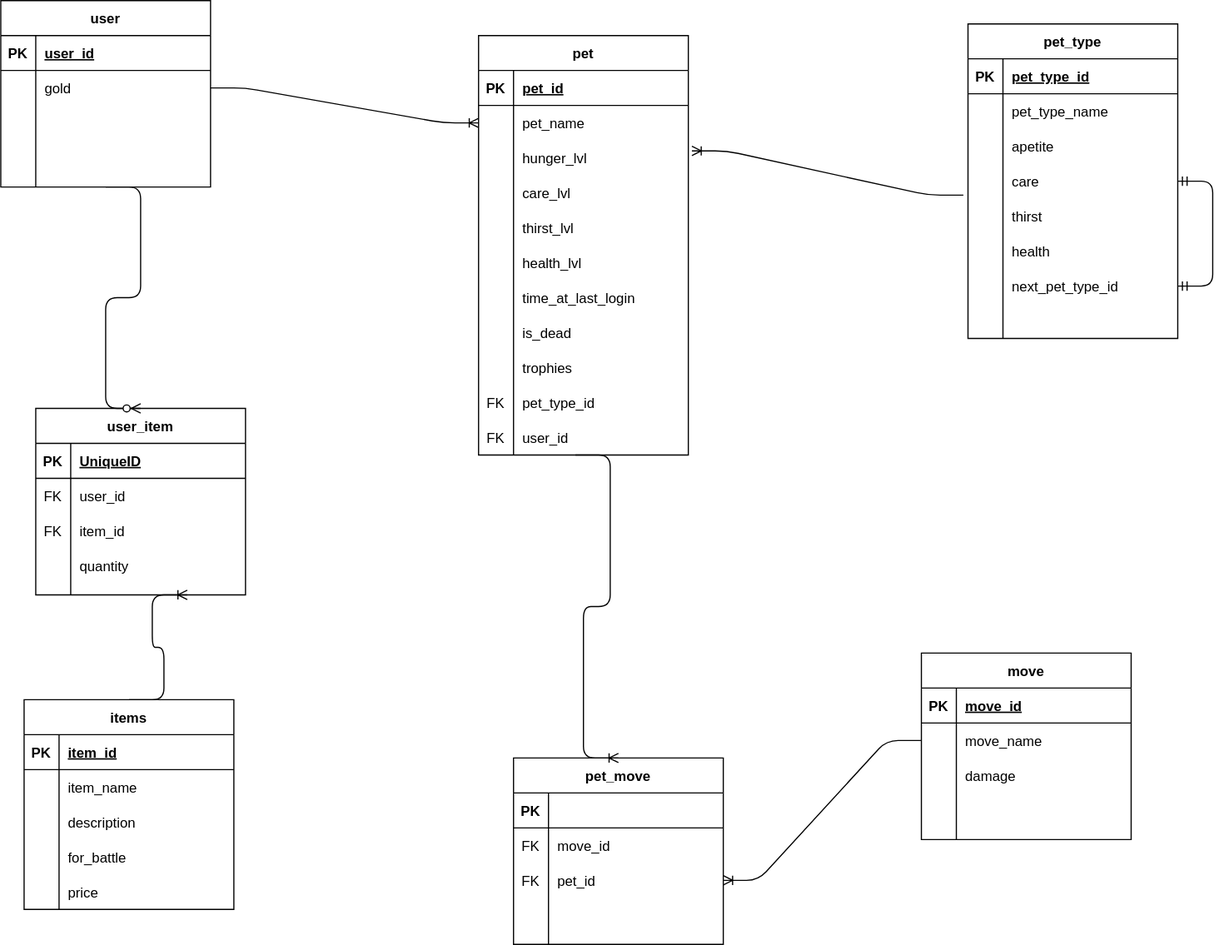
The draw.io diagram plan/schema-planning.svg in chinnep/DigiPets, before a commit. Source tidied: cells renumbered, new cells last; positions are measured from the earlier drawing's top-left corner, leaving out a move shared by most shapes.
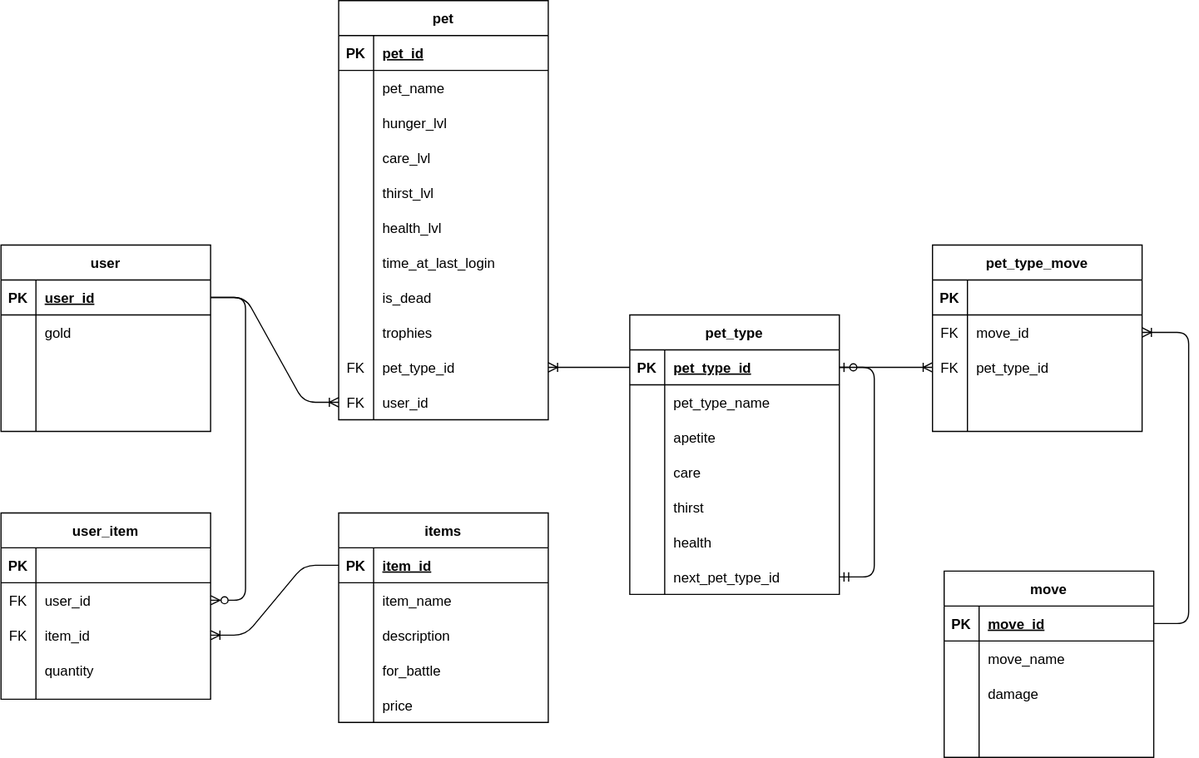
After the change.

The edit, as a diff of the source:
```diff
@@ -3,7 +3,7 @@
     <mxCell id="0" />
     <mxCell id="1" parent="0" />
     <mxCell id="2" value="pet" style="shape=table;startSize=30;rowLines=0;fontStyle=1;align=center;" parent="1" vertex="1">
-      <mxGeometry x="410" y="30" width="180" height="360" as="geometry" />
+      <mxGeometry x="-20" y="-30" width="180" height="360" as="geometry" />
     </mxCell>
     <mxCell id="3" style="shape=partialRectangle;fillColor=none;top=0;left=0;bottom=1;right=0;" parent="2" vertex="1">
       <mxGeometry y="30" width="180" height="30" as="geometry" />
@@ -105,7 +105,7 @@
       <mxGeometry x="30" width="150" height="30" as="geometry" />
     </mxCell>
     <mxCell id="36" value="user_item" style="shape=table;startSize=30;rowLines=0;fontStyle=1;align=center;" parent="1" vertex="1">
-      <mxGeometry x="30" y="350" width="180" height="160" as="geometry" />
+      <mxGeometry x="-310" y="410" width="180" height="160" as="geometry" />
     </mxCell>
     <mxCell id="37" style="shape=partialRectangle;fillColor=none;top=0;left=0;bottom=1;right=0;" parent="36" vertex="1">
       <mxGeometry y="30" width="180" height="30" as="geometry" />
@@ -113,7 +113,7 @@
     <mxCell id="38" value="PK" style="shape=partialRectangle;fillColor=none;top=0;left=0;bottom=0;right=0;fontStyle=1;overflow=hidden;" parent="37" vertex="1">
       <mxGeometry width="30" height="30" as="geometry" />
     </mxCell>
-    <mxCell id="39" value="UniqueID" style="shape=partialRectangle;fillColor=none;top=0;left=0;bottom=0;right=0;align=left;spacingLeft=6;fontStyle=5;overflow=hidden;" parent="37" vertex="1">
+    <mxCell id="39" style="shape=partialRectangle;fillColor=none;top=0;left=0;bottom=0;right=0;align=left;spacingLeft=6;fontStyle=5;overflow=hidden;" parent="37" vertex="1">
       <mxGeometry x="30" width="150" height="30" as="geometry" />
     </mxCell>
     <mxCell id="40" style="shape=partialRectangle;fillColor=none;top=0;left=0;bottom=0;right=0;points=[[0,0.5],[1,0.5]];portConstraint=eastwest;" parent="36" vertex="1">
@@ -144,7 +144,7 @@
       <mxGeometry x="30" width="150" height="30" as="geometry" />
     </mxCell>
     <mxCell id="49" value="items" style="shape=table;startSize=30;rowLines=0;fontStyle=1;align=center;" parent="1" vertex="1">
-      <mxGeometry x="20" y="600" width="180" height="180" as="geometry" />
+      <mxGeometry x="-20" y="410" width="180" height="180" as="geometry" />
     </mxCell>
     <mxCell id="50" style="shape=partialRectangle;fillColor=none;top=0;left=0;bottom=1;right=0;points=[[0,0.5],[1,0.5]];portConstraint=eastwest;" parent="49" vertex="1">
       <mxGeometry y="30" width="180" height="30" as="geometry" />
@@ -191,16 +191,14 @@
     <mxCell id="64" value="price" style="shape=partialRectangle;fillColor=none;top=0;left=0;bottom=0;right=0;align=left;spacingLeft=6;overflow=hidden;" parent="62" vertex="1">
       <mxGeometry x="30" width="150" height="30" as="geometry" />
     </mxCell>
-    <mxCell id="65" style="edgeStyle=entityRelationEdgeStyle;fontSize=12;html=1;endArrow=ERzeroToMany;endFill=1;entryX=0.5;entryY=0;entryDx=0;entryDy=0;exitX=0.5;exitY=1;exitDx=0;exitDy=0;" parent="1" edge="1" source="123" target="36">
+    <mxCell id="65" style="edgeStyle=entityRelationEdgeStyle;fontSize=12;html=1;endArrow=ERzeroToMany;endFill=1;" parent="1" edge="1" source="124" target="40">
       <mxGeometry relative="1" as="geometry" />
     </mxCell>
-    <mxCell id="66" style="edgeStyle=entityRelationEdgeStyle;fontSize=12;html=1;endArrow=ERoneToMany;exitX=0.5;exitY=0;exitDx=0;exitDy=0;" parent="1" edge="1" source="49">
-      <mxGeometry relative="1" as="geometry">
-        <mxPoint x="160" y="510" as="targetPoint" />
-      </mxGeometry>
+    <mxCell id="66" style="edgeStyle=entityRelationEdgeStyle;fontSize=12;html=1;endArrow=ERoneToMany;" parent="1" edge="1" source="50" target="43">
+      <mxGeometry relative="1" as="geometry" />
     </mxCell>
     <mxCell id="67" value="pet_type" style="shape=table;startSize=30;rowLines=0;fontStyle=1;align=center;" parent="1" vertex="1">
-      <mxGeometry x="830" y="20" width="180" height="270" as="geometry" />
+      <mxGeometry x="230" y="240" width="180" height="240" as="geometry" />
     </mxCell>
     <mxCell id="68" style="shape=partialRectangle;fillColor=none;top=0;left=0;bottom=1;right=0;points=[[0,0.5],[1,0.5]];portConstraint=eastwest;" parent="67" vertex="1">
       <mxGeometry y="30" width="180" height="30" as="geometry" />
@@ -265,20 +263,11 @@
     <mxCell id="88" value="next_pet_type_id" style="shape=partialRectangle;fillColor=none;top=0;left=0;bottom=0;right=0;align=left;spacingLeft=6;overflow=hidden;" parent="86" vertex="1">
       <mxGeometry x="30" width="150" height="30" as="geometry" />
     </mxCell>
-    <mxCell id="89" style="shape=partialRectangle;fillColor=none;top=0;left=0;bottom=0;right=0;" parent="67" vertex="1">
-      <mxGeometry y="240" width="180" height="30" as="geometry" />
-    </mxCell>
-    <mxCell id="90" style="shape=partialRectangle;fillColor=none;top=0;left=0;bottom=0;right=0;overflow=hidden;" parent="89" vertex="1">
-      <mxGeometry width="30" height="30" as="geometry" />
-    </mxCell>
-    <mxCell id="91" style="shape=partialRectangle;fillColor=none;top=0;left=0;bottom=0;right=0;align=left;spacingLeft=6;overflow=hidden;" parent="89" vertex="1">
-      <mxGeometry x="30" width="150" height="30" as="geometry" />
-    </mxCell>
-    <mxCell id="92" style="edgeStyle=entityRelationEdgeStyle;fontSize=12;html=1;endArrow=ERmandOne;startArrow=ERmandOne;" parent="67" edge="1" source="86" target="77">
-      <mxGeometry relative="1" as="geometry" />
-    </mxCell>
+    <mxCell id="136" style="edgeStyle=entityRelationEdgeStyle;fontSize=12;html=1;endArrow=ERzeroToOne;startArrow=ERmandOne;entryX=1;entryY=0.5;entryDx=0;entryDy=0;" parent="67" edge="1" source="86" target="68">
+      <mxGeometry relative="1" as="geometry" />
+    </mxCell>
     <mxCell id="93" value="move" style="shape=table;startSize=30;rowLines=0;fontStyle=1;align=center;" parent="1" vertex="1">
-      <mxGeometry x="790" y="560" width="180" height="160" as="geometry" />
+      <mxGeometry x="500" y="460" width="180" height="160" as="geometry" />
     </mxCell>
     <mxCell id="94" style="shape=partialRectangle;fillColor=none;top=0;left=0;bottom=1;right=0;points=[[0,0.5],[1,0.5]];portConstraint=eastwest;" parent="93" vertex="1">
       <mxGeometry y="30" width="180" height="30" as="geometry" />
@@ -316,16 +305,14 @@
     <mxCell id="105" style="shape=partialRectangle;fillColor=none;top=0;left=0;bottom=0;right=0;align=left;spacingLeft=6;overflow=hidden;" parent="103" vertex="1">
       <mxGeometry x="30" width="150" height="30" as="geometry" />
     </mxCell>
-    <mxCell id="106" style="edgeStyle=entityRelationEdgeStyle;fontSize=12;html=1;endArrow=ERoneToMany;exitX=1;exitY=0.5;exitDx=0;exitDy=0;" parent="1" edge="1" target="6">
-      <mxGeometry relative="1" as="geometry">
-        <mxPoint x="180" y="75" as="sourcePoint" />
-      </mxGeometry>
+    <mxCell id="106" style="edgeStyle=entityRelationEdgeStyle;fontSize=12;html=1;endArrow=ERoneToMany;" parent="1" edge="1" source="124" target="33">
+      <mxGeometry relative="1" as="geometry" />
     </mxCell>
-    <mxCell id="107" style="edgeStyle=entityRelationEdgeStyle;fontSize=12;html=1;endArrow=ERoneToMany;exitX=-0.022;exitY=-0.1;exitDx=0;exitDy=0;exitPerimeter=0;entryX=1.017;entryY=0.3;entryDx=0;entryDy=0;entryPerimeter=0;" parent="1" edge="1" source="80" target="9">
+    <mxCell id="107" style="edgeStyle=entityRelationEdgeStyle;fontSize=12;html=1;endArrow=ERoneToMany;" parent="1" edge="1" source="68" target="30">
       <mxGeometry relative="1" as="geometry" />
     </mxCell>
-    <mxCell id="108" value="pet_move" style="shape=table;startSize=30;rowLines=0;fontStyle=1;align=center;" parent="1" vertex="1">
-      <mxGeometry x="440" y="650" width="180" height="160" as="geometry" />
+    <mxCell id="108" value="pet_type_move" style="shape=table;startSize=30;rowLines=0;fontStyle=1;align=center;" parent="1" vertex="1">
+      <mxGeometry x="490" y="180" width="180" height="160" as="geometry" />
     </mxCell>
     <mxCell id="109" style="shape=partialRectangle;fillColor=none;top=0;left=0;bottom=1;right=0;" parent="108" vertex="1">
       <mxGeometry y="30" width="180" height="30" as="geometry" />
@@ -351,7 +338,7 @@
     <mxCell id="116" value="FK" style="shape=partialRectangle;fillColor=none;top=0;left=0;bottom=0;right=0;overflow=hidden;" parent="115" vertex="1">
       <mxGeometry width="30" height="30" as="geometry" />
     </mxCell>
-    <mxCell id="117" value="pet_id" style="shape=partialRectangle;fillColor=none;top=0;left=0;bottom=0;right=0;align=left;spacingLeft=6;overflow=hidden;" parent="115" vertex="1">
+    <mxCell id="117" value="pet_type_id" style="shape=partialRectangle;fillColor=none;top=0;left=0;bottom=0;right=0;align=left;spacingLeft=6;overflow=hidden;" parent="115" vertex="1">
       <mxGeometry x="30" width="150" height="30" as="geometry" />
     </mxCell>
     <mxCell id="118" style="shape=partialRectangle;fillColor=none;top=0;left=0;bottom=0;right=0;" parent="108" vertex="1">
@@ -363,14 +350,11 @@
     <mxCell id="120" style="shape=partialRectangle;fillColor=none;top=0;left=0;bottom=0;right=0;align=left;spacingLeft=6;overflow=hidden;" parent="118" vertex="1">
       <mxGeometry x="30" width="150" height="30" as="geometry" />
     </mxCell>
-    <mxCell id="121" style="edgeStyle=entityRelationEdgeStyle;fontSize=12;html=1;endArrow=ERoneToMany;exitX=0.461;exitY=1;exitDx=0;exitDy=0;entryX=0.5;entryY=0;entryDx=0;entryDy=0;exitPerimeter=0;" parent="1" edge="1" source="33" target="108">
-      <mxGeometry relative="1" as="geometry" />
-    </mxCell>
-    <mxCell id="122" style="edgeStyle=entityRelationEdgeStyle;fontSize=12;html=1;endArrow=ERoneToMany;exitX=0;exitY=0.5;exitDx=0;exitDy=0;" parent="1" edge="1" source="97" target="115">
+    <mxCell id="122" style="edgeStyle=entityRelationEdgeStyle;fontSize=12;html=1;endArrow=ERoneToMany;" parent="1" edge="1" source="94" target="112">
       <mxGeometry relative="1" as="geometry" />
     </mxCell>
     <mxCell id="123" value="user" style="shape=table;startSize=30;rowLines=0;fontStyle=1;align=center;" parent="1" vertex="1">
-      <mxGeometry width="180" height="160" as="geometry" />
+      <mxGeometry x="-310" y="180" width="180" height="160" as="geometry" />
     </mxCell>
     <mxCell id="124" style="shape=partialRectangle;fillColor=none;top=0;left=0;bottom=1;right=0;points=[[0,0.5],[1,0.5]];portConstraint=eastwest;" parent="123" vertex="1">
       <mxGeometry y="30" width="180" height="30" as="geometry" />
@@ -408,5 +392,8 @@
     <mxCell id="135" style="shape=partialRectangle;fillColor=none;top=0;left=0;bottom=0;right=0;align=left;spacingLeft=6;overflow=hidden;" parent="133" vertex="1">
       <mxGeometry x="30" width="150" height="30" as="geometry" />
     </mxCell>
+    <mxCell id="137" style="edgeStyle=entityRelationEdgeStyle;fontSize=12;html=1;endArrow=ERoneToMany;" parent="1" edge="1" source="68" target="115">
+      <mxGeometry relative="1" as="geometry" />
+    </mxCell>
   </root>
 </mxGraphModel>
```
